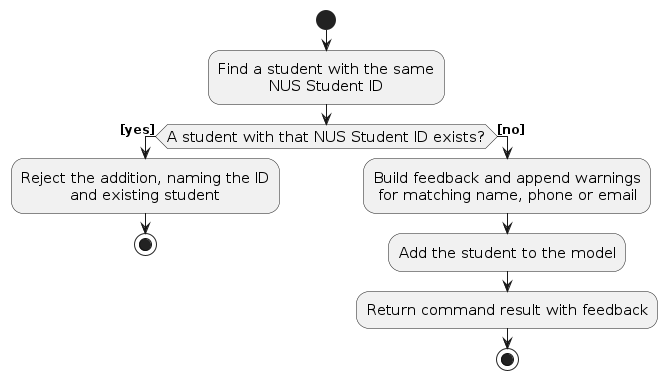
AY2627S1-CS2103T-T16-1/tp keeps this PlantUML diagram as diagrams/AddDuplicateCheckActivityDiagram.png. Above is the earlier version. Its source is kept beside it as diagrams/AddDuplicateCheckActivityDiagram.puml.
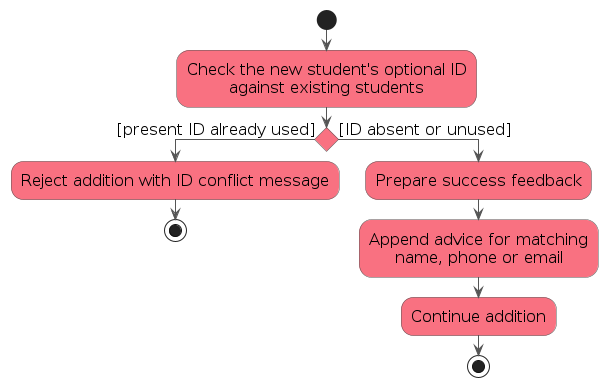
The same diagram one commit later.

Change to the diagram source:
```diff
@@ -1,20 +1,22 @@
 @startuml
 !include style.puml
-skinparam ActivityFontSize 15
-skinparam ArrowFontSize 12
+skinparam defaultFontSize 16
+skinparam ArrowFontStyle plain
+skinparam activityBackgroundColor MODEL_COLOR_T1
+skinparam activityBorderColor #555555
+skinparam arrowColor #555555
 
 start
-:Find a student with the same
-NUS Student ID;
-if (A student with that NUS Student ID exists?) then ([yes])
-    :Reject the addition, naming the ID
-    and existing student;
-    stop
-else ([no])
-    :Build feedback and append warnings
-    for matching name, phone or email;
-    :Add the student to the model;
-    :Return command result with feedback;
-    stop
+:Check the new student's optional ID
+against existing students;
+if () then ([present ID already used])
+  :Reject addition with ID conflict message;
+  stop
+else ([ID absent or unused])
+  :Prepare success feedback;
+  :Append advice for matching
+  name, phone or email;
+  :Continue addition;
+  stop
 endif
 @enduml
```
